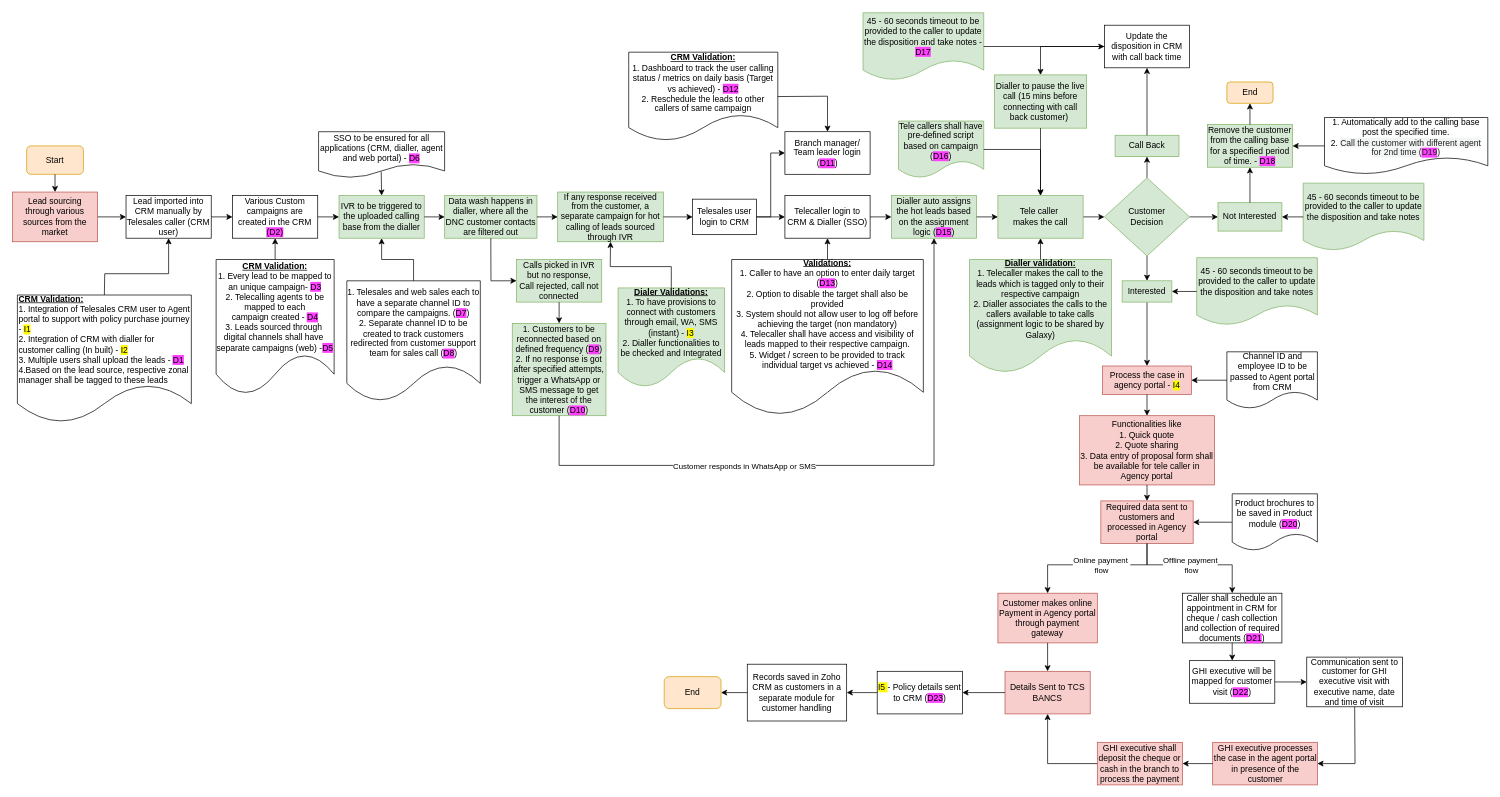
shaileshsreedar/Galaxy keeps this draw.io diagram as TeleSales.drawio. Above is the earlier version. Source tidied: cells renumbered, new cells numbered last; positions are measured from the earlier drawing's top-left corner, leaving out a move shared by most shapes. Both pictures are drawn from the tidied source at 71%, with x=0, y=0 at pixel (12, 12).
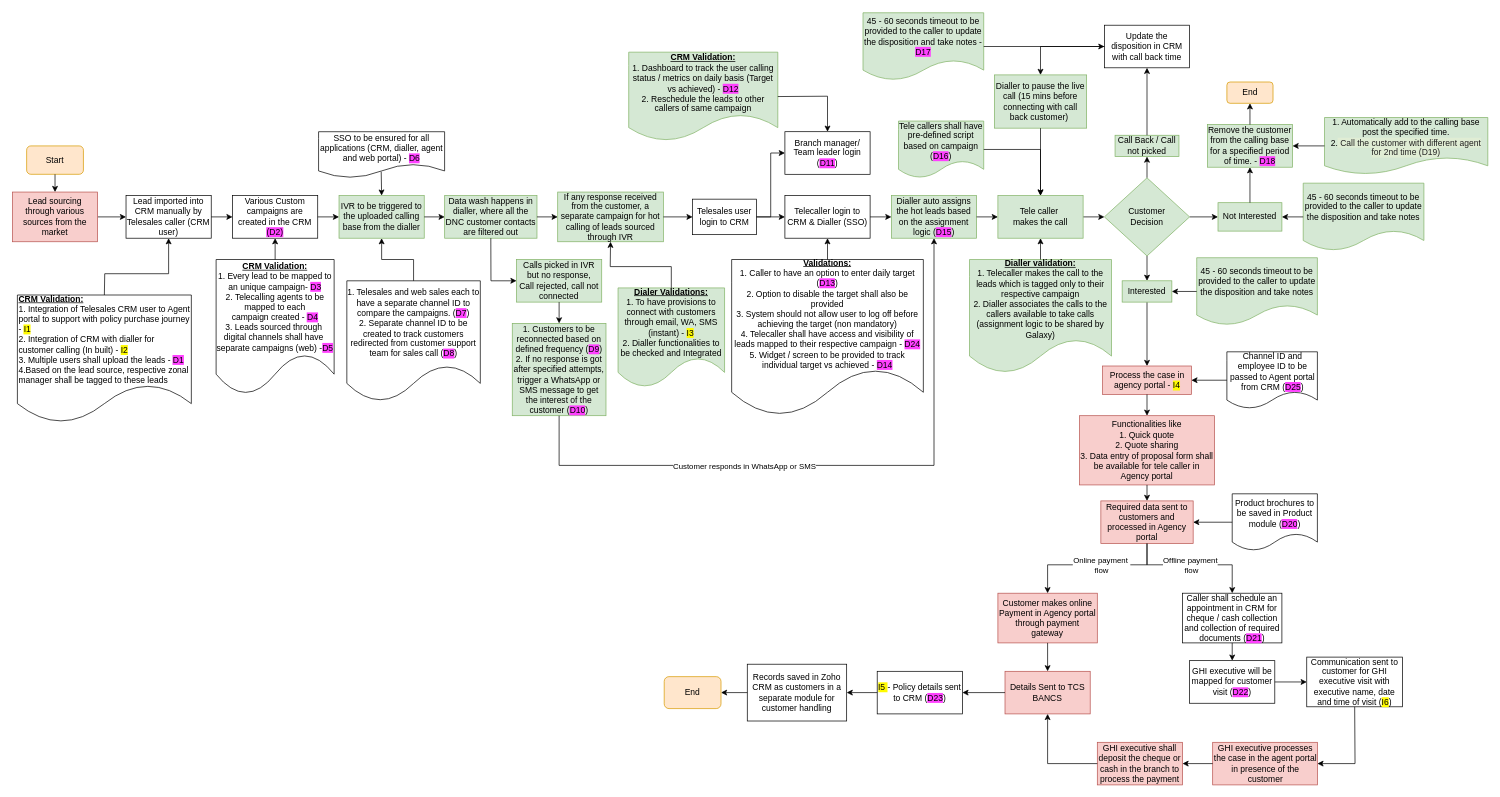
The same page after the edit.

What changed in the source:
```diff
@@
-    <mxCell id="8" value="Call Back" style="whiteSpace=wrap;html=1;fillColor=#d5e8d4;strokeColor=#82b366;" parent="1" vertex="1">
+    <mxCell id="8" value="Call Back / Call not picked" style="whiteSpace=wrap;html=1;fillColor=#d5e8d4;strokeColor=#82b366;" parent="1" vertex="1">
       <mxGeometry x="1553" y="173" width="90" height="30" as="geometry" />
     </mxCell>
@@
-    <mxCell id="55" value="1. Automatically add to the calling base post the specified time.&lt;div&gt;2.&amp;nbsp;&lt;span style=&quot;caret-color: rgb(34, 34, 34); color: rgb(34, 34, 34); font-family: inherit; letter-spacing: 0.01px; text-align: left; background-color: rgb(243, 245, 245);&quot;&gt;Call the customer with different agent for 2nd time (&lt;/span&gt;&lt;span style=&quot;caret-color: rgb(34, 34, 34); color: rgb(34, 34, 34); font-family: inherit; letter-spacing: 0.01px; text-align: left; background-color: rgb(255, 64, 255);&quot;&gt;D19&lt;/span&gt;&lt;span style=&quot;caret-color: rgb(34, 34, 34); color: rgb(34, 34, 34); font-family: inherit; letter-spacing: 0.01px; text-align: left; background-color: rgb(243, 245, 245);&quot;&gt;)&lt;/span&gt;&lt;/div&gt;" style="shape=document;whiteSpace=wrap;html=1;boundedLbl=1;" parent="1" vertex="1">
+    <mxCell id="55" value="1. Automatically add to the calling base post the specified time.&lt;div&gt;2.&lt;span style=&quot;background-color: rgb(224, 237, 212);&quot;&gt;&amp;nbsp;&lt;span style=&quot;font-family: inherit; caret-color: rgb(34, 34, 34); color: rgb(34, 34, 34); letter-spacing: 0.01px; text-align: left;&quot;&gt;Call the customer with different agent for 2nd time (&lt;/span&gt;&lt;span style=&quot;font-family: inherit; caret-color: rgb(34, 34, 34); color: rgb(34, 34, 34); letter-spacing: 0.01px; text-align: left;&quot;&gt;D19&lt;/span&gt;&lt;span style=&quot;font-family: inherit; caret-color: rgb(34, 34, 34); color: rgb(34, 34, 34); letter-spacing: 0.01px; text-align: left;&quot;&gt;)&lt;/span&gt;&lt;/span&gt;&lt;/div&gt;" style="shape=document;whiteSpace=wrap;html=1;boundedLbl=1;fillColor=#d5e8d4;strokeColor=#82b366;" parent="1" vertex="1">
       <mxGeometry x="1848" y="148" width="230" height="80" as="geometry" />
     </mxCell>
@@
-    <mxCell id="65" value="Channel ID and employee ID to be passed to Agent portal from CRM" style="shape=document;whiteSpace=wrap;html=1;boundedLbl=1;" parent="1" vertex="1">
+    <mxCell id="65" value="Channel ID and employee ID to be passed to Agent portal from CRM (&lt;span style=&quot;background-color: rgb(255, 64, 255);&quot;&gt;D25&lt;/span&gt;)" style="shape=document;whiteSpace=wrap;html=1;boundedLbl=1;" parent="1" vertex="1">
       <mxGeometry x="1710.5" y="478" width="127.5" height="80" as="geometry" />
     </mxCell>
@@
-    <mxCell id="75" value="Communication sent to customer for GHI executive visit with executive name, date and time of visit" style="rounded=0;whiteSpace=wrap;html=1;" parent="1" vertex="1">
+    <mxCell id="75" value="Communication sent to customer for GHI executive visit with executive name, date and time of visit (&lt;span style=&quot;background-color: rgb(255, 251, 0);&quot;&gt;I6&lt;/span&gt;)" style="rounded=0;whiteSpace=wrap;html=1;" parent="1" vertex="1">
       <mxGeometry x="1823" y="908" width="135" height="70" as="geometry" />
     </mxCell>
@@
-    <mxCell id="90" value="&lt;b&gt;&lt;u&gt;Validations:&lt;/u&gt;&lt;/b&gt;&lt;div&gt;1. Caller to have an option to enter daily target (&lt;span style=&quot;background-color: rgb(255, 64, 255);&quot;&gt;D13&lt;/span&gt;)&lt;div&gt;2. Option to disable the target shall also be provided&lt;/div&gt;&lt;div&gt;3. System should not allow user to log off before achieving the target (non mandatory)&lt;/div&gt;&lt;/div&gt;&lt;div&gt;4. Telecaller shall have access and visibility of leads mapped to their respective campaign.&lt;/div&gt;&lt;div&gt;5. Widget / screen to be provided to track individual target vs achieved - &lt;span style=&quot;background-color: rgb(255, 64, 255);&quot;&gt;D14&lt;/span&gt;&lt;/div&gt;" style="shape=document;whiteSpace=wrap;html=1;boundedLbl=1;" parent="1" vertex="1">
+    <mxCell id="90" value="&lt;b&gt;&lt;u&gt;Validations:&lt;/u&gt;&lt;/b&gt;&lt;div&gt;1. Caller to have an option to enter daily target (&lt;span style=&quot;background-color: rgb(255, 64, 255);&quot;&gt;D13&lt;/span&gt;)&lt;div&gt;2. Option to disable the target shall also be provided&lt;/div&gt;&lt;div&gt;3. System should not allow user to log off before achieving the target (non mandatory)&lt;/div&gt;&lt;/div&gt;&lt;div&gt;4. Telecaller shall have access and visibility of leads mapped to their respective campaign - &lt;span style=&quot;background-color: rgb(255, 64, 255);&quot;&gt;D24&lt;/span&gt;&lt;/div&gt;&lt;div&gt;5. Widget / screen to be provided to track individual target vs achieved - &lt;span style=&quot;background-color: rgb(255, 64, 255);&quot;&gt;D14&lt;/span&gt;&lt;/div&gt;" style="shape=document;whiteSpace=wrap;html=1;boundedLbl=1;" parent="1" vertex="1">
       <mxGeometry x="1013" y="348" width="270" height="220" as="geometry" />
     </mxCell>
@@
-    <mxCell id="99" value="&lt;b&gt;&lt;u&gt;CRM Validation:&lt;/u&gt;&lt;/b&gt;&lt;div&gt;1. Dashboard to track the user calling status / metrics on daily basis (Target vs achieved) - &lt;span style=&quot;background-color: rgb(255, 64, 255);&quot;&gt;D12&lt;/span&gt;&lt;div&gt;2. Reschedule the leads to other callers of same campaign&lt;/div&gt;&lt;/div&gt;" style="shape=document;whiteSpace=wrap;html=1;boundedLbl=1;" parent="1" vertex="1">
+    <mxCell id="99" value="&lt;b&gt;&lt;u&gt;CRM Validation:&lt;/u&gt;&lt;/b&gt;&lt;div&gt;1. Dashboard to track the user calling status / metrics on daily basis (Target vs achieved) - &lt;span style=&quot;background-color: rgb(255, 64, 255);&quot;&gt;D12&lt;/span&gt;&lt;div&gt;2. Reschedule the leads to other callers of same campaign&lt;/div&gt;&lt;/div&gt;" style="shape=document;whiteSpace=wrap;html=1;boundedLbl=1;fillColor=#d5e8d4;strokeColor=#82b366;" parent="1" vertex="1">
       <mxGeometry x="868" y="56" width="210" height="125" as="geometry" />
     </mxCell>
```
